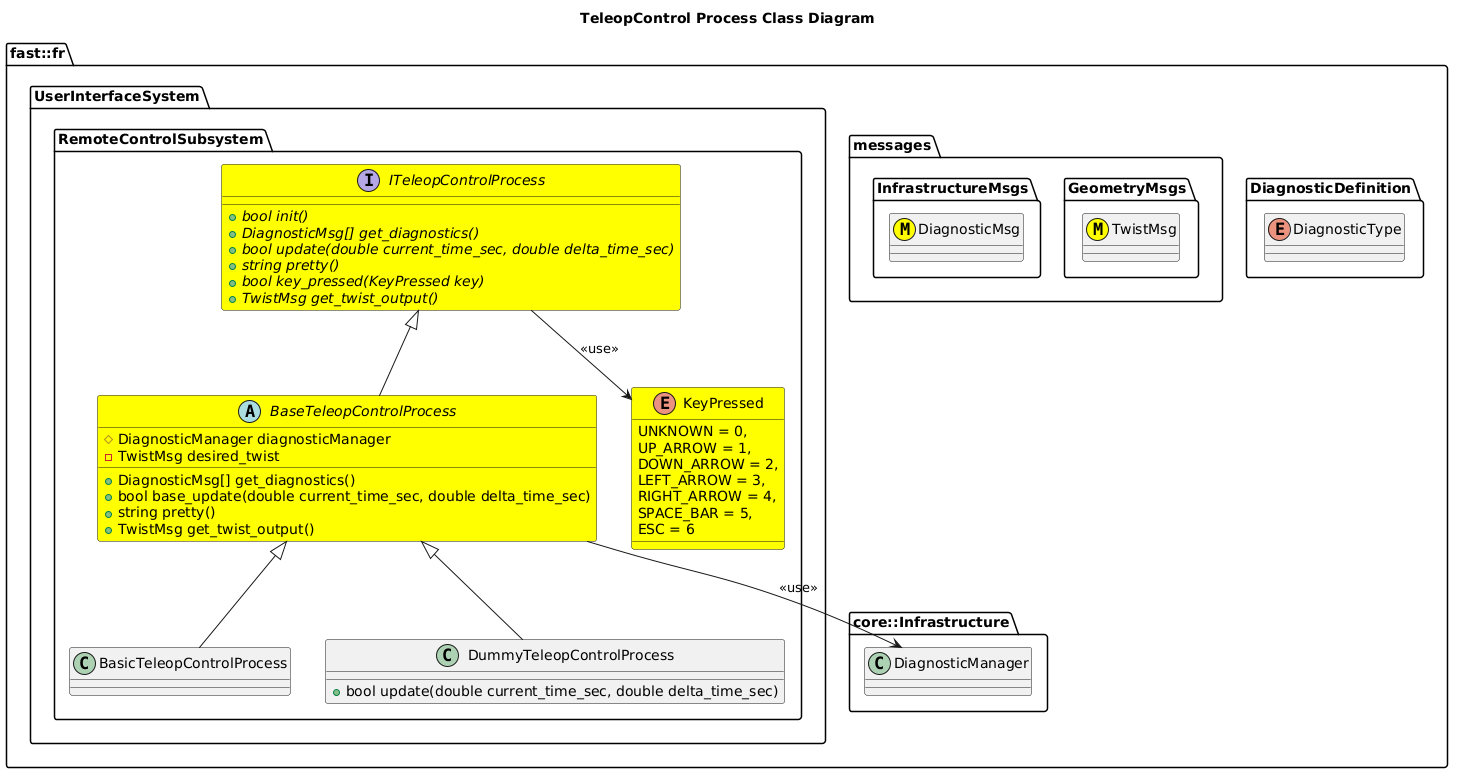
Above: Systems/UserInterface/Subsystems/RemoteControl/Processes/TeleopControl/doc/puml/TeleopControlProcessClassDiagram.png in fastrobotics/robot_framework (PlantUML), before the change.
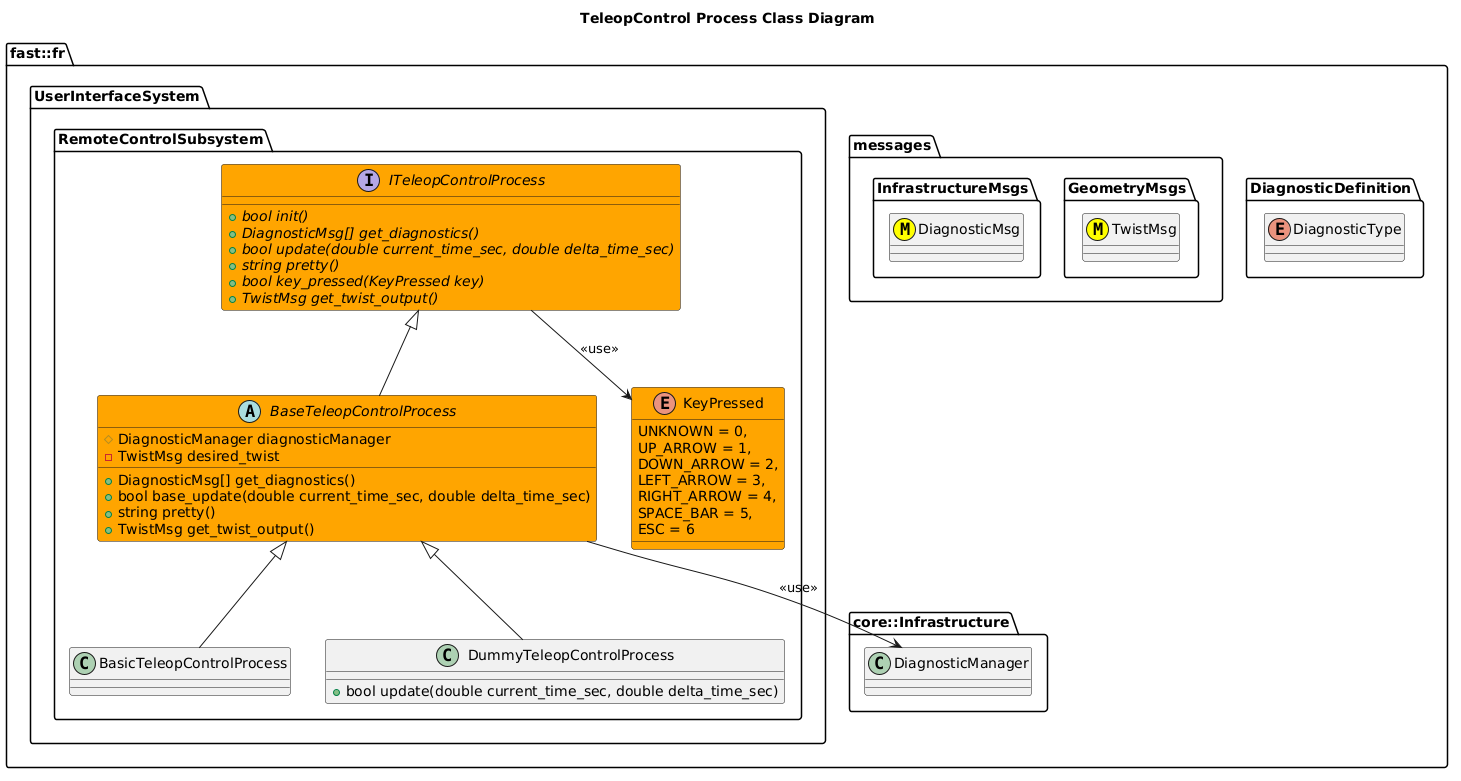
The same diagram one commit later.

The edit, as a diff of the source:
```diff
@@ -18,7 +18,7 @@
   }
   namespace UserInterfaceSystem {
     namespace RemoteControlSubsystem {
-      enum KeyPressed #Yellow {
+      enum KeyPressed #Orange {
         UNKNOWN = 0,
         UP_ARROW = 1,
         DOWN_ARROW = 2,
@@ -27,7 +27,7 @@
         SPACE_BAR = 5,
         ESC = 6
       }
-      interface ITeleopControlProcess #Yellow {
+      interface ITeleopControlProcess #Orange {
         +{abstract} bool init()
         +{abstract} DiagnosticMsg[] get_diagnostics()
         +{abstract} bool update(double current_time_sec, double delta_time_sec)
@@ -36,7 +36,7 @@
         +{abstract} TwistMsg get_twist_output()
       }
       ITeleopControlProcess --> KeyPressed: <<use>>
-      abstract BaseTeleopControlProcess #Yellow {
+      abstract BaseTeleopControlProcess #Orange {
         +DiagnosticMsg[] get_diagnostics()
         +bool base_update(double current_time_sec, double delta_time_sec)
         +string pretty()
```
